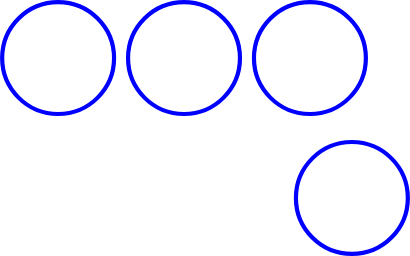
This is StreetFighter6/images/m____.svg from yamasdais/notebook, a draw.io export, as it was before one commit. Source tidied: cells renumbered, new cells last; positions are measured from the earlier drawing's top-left corner, leaving out a move shared by most shapes.
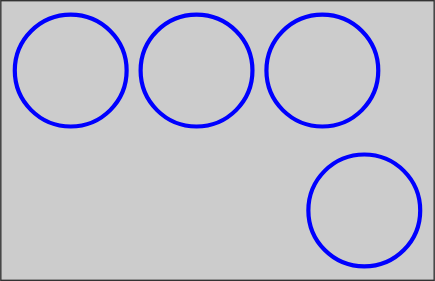
After the commit.

Diff of the diagram source:
```diff
@@ -2,6 +2,9 @@
   <root>
     <mxCell id="0" />
     <mxCell id="1" parent="0" />
+    <mxCell id="6" style="rounded=0;whiteSpace=wrap;html=1;fillColor=#CCCCCC;strokeColor=#333333;" parent="1" vertex="1">
+      <mxGeometry x="-10" y="-10" width="310" height="200" as="geometry" />
+    </mxCell>
     <mxCell id="2" style="ellipse;whiteSpace=wrap;html=1;strokeWidth=3;fillColor=none;strokeColor=#0000FF;" parent="1" vertex="1">
       <mxGeometry width="80" height="80" as="geometry" />
     </mxCell>
```
